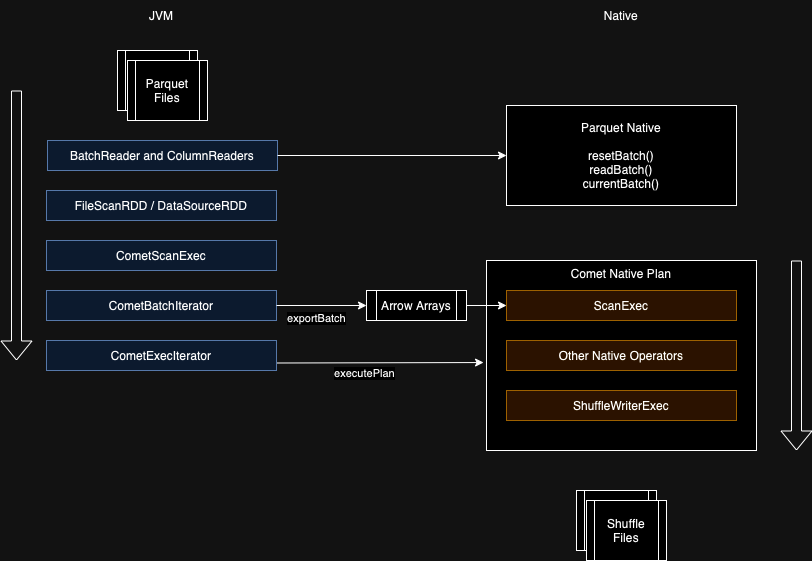
Above: docs/source/_static/images/CometNativeParquetScan.drawio.png in apache/datafusion-comet (draw.io), before the change. Source tidied: cells renumbered, new cells last; positions are measured from the earlier drawing's top-left corner, leaving out a move shared by most shapes. The source it was exported from:
```xml
<mxGraphModel>
  <root>
    <mxCell id="0" />
    <mxCell id="1" parent="0" />
    <mxCell id="2" value="Comet Native Plan" style="rounded=0;whiteSpace=wrap;html=1;verticalAlign=top;" parent="1" vertex="1">
      <mxGeometry x="470" y="260" width="270" height="190" as="geometry" />
    </mxCell>
    <mxCell id="3" value="FileScanRDD / DataSourceRDD" style="rounded=0;whiteSpace=wrap;html=1;fillColor=#dae8fc;strokeColor=#6c8ebf;" parent="1" vertex="1">
      <mxGeometry x="30" y="190" width="230" height="30" as="geometry" />
    </mxCell>
    <mxCell id="4" value="Parquet Files" style="shape=process;whiteSpace=wrap;html=1;backgroundOutline=1;" parent="1" vertex="1">
      <mxGeometry x="101" y="50" width="80" height="60" as="geometry" />
    </mxCell>
    <mxCell id="5" value="Native" style="text;html=1;align=center;verticalAlign=middle;whiteSpace=wrap;rounded=0;" parent="1" vertex="1">
      <mxGeometry x="575" width="60" height="30" as="geometry" />
    </mxCell>
    <mxCell id="6" value="JVM" style="text;html=1;align=center;verticalAlign=middle;whiteSpace=wrap;rounded=0;" parent="1" vertex="1">
      <mxGeometry x="115" width="60" height="30" as="geometry" />
    </mxCell>
    <mxCell id="7" value="CometScanExec" style="rounded=0;whiteSpace=wrap;html=1;fillColor=#dae8fc;strokeColor=#6c8ebf;" parent="1" vertex="1">
      <mxGeometry x="30" y="240" width="230" height="30" as="geometry" />
    </mxCell>
    <mxCell id="8" value="ScanExec" style="rounded=0;whiteSpace=wrap;html=1;fillColor=#ffe6cc;strokeColor=#d79b00;" parent="1" vertex="1">
      <mxGeometry x="490" y="290" width="230" height="30" as="geometry" />
    </mxCell>
    <mxCell id="9" value="BatchReader and ColumnReaders" style="rounded=0;whiteSpace=wrap;html=1;fillColor=#dae8fc;strokeColor=#6c8ebf;" parent="1" vertex="1">
      <mxGeometry x="31" y="140" width="230" height="30" as="geometry" />
    </mxCell>
    <mxCell id="10" value="Parquet Files" style="shape=process;whiteSpace=wrap;html=1;backgroundOutline=1;" parent="1" vertex="1">
      <mxGeometry x="111" y="60" width="80" height="60" as="geometry" />
    </mxCell>
    <mxCell id="11" value="Parquet Native&lt;div&gt;&lt;br&gt;&lt;/div&gt;&lt;div&gt;resetBatch()&lt;/div&gt;&lt;div&gt;readBatch()&lt;/div&gt;&lt;div&gt;currentBatch()&lt;/div&gt;" style="rounded=0;whiteSpace=wrap;html=1;" parent="1" vertex="1">
      <mxGeometry x="490" y="105" width="230" height="100" as="geometry" />
    </mxCell>
    <mxCell id="12" style="endArrow=classic;html=1;rounded=0;exitX=1;exitY=0.75;exitDx=0;exitDy=0;entryX=-0.011;entryY=0.537;entryDx=0;entryDy=0;entryPerimeter=0;" parent="1" edge="1" source="15" target="2">
      <mxGeometry relative="1" as="geometry" />
    </mxCell>
    <mxCell id="13" value="executePlan" style="edgeLabel;html=1;align=center;verticalAlign=middle;" parent="12" vertex="1">
      <mxGeometry x="-0.2" y="-3" relative="1" as="geometry">
        <mxPoint x="4" y="7" as="offset" />
      </mxGeometry>
    </mxCell>
    <mxCell id="14" value="CometBatchIterator" style="rounded=0;whiteSpace=wrap;html=1;fillColor=#dae8fc;strokeColor=#6c8ebf;" parent="1" vertex="1">
      <mxGeometry x="30" y="290" width="230" height="30" as="geometry" />
    </mxCell>
    <mxCell id="15" value="CometExecIterator" style="rounded=0;whiteSpace=wrap;html=1;fillColor=#dae8fc;strokeColor=#6c8ebf;" parent="1" vertex="1">
      <mxGeometry x="30" y="340" width="230" height="30" as="geometry" />
    </mxCell>
    <mxCell id="16" value="Other Native Operators" style="rounded=0;whiteSpace=wrap;html=1;fillColor=#ffe6cc;strokeColor=#d79b00;" parent="1" vertex="1">
      <mxGeometry x="490" y="340" width="230" height="30" as="geometry" />
    </mxCell>
    <mxCell id="17" value="Arrow Arrays" style="shape=process;whiteSpace=wrap;html=1;backgroundOutline=1;" parent="1" vertex="1">
      <mxGeometry x="350" y="290" width="100" height="30" as="geometry" />
    </mxCell>
    <mxCell id="18" style="endArrow=classic;html=1;rounded=0;exitX=1;exitY=0.5;exitDx=0;exitDy=0;entryX=0;entryY=0.5;entryDx=0;entryDy=0;" parent="1" edge="1" source="17" target="8">
      <mxGeometry relative="1" as="geometry" />
    </mxCell>
    <mxCell id="19" style="endArrow=classic;html=1;rounded=0;exitX=1;exitY=0.5;exitDx=0;exitDy=0;entryX=0;entryY=0.5;entryDx=0;entryDy=0;" parent="1" edge="1" source="14" target="17">
      <mxGeometry relative="1" as="geometry" />
    </mxCell>
    <mxCell id="20" value="ShuffleWriterExec" style="rounded=0;whiteSpace=wrap;html=1;fillColor=#ffe6cc;strokeColor=#d79b00;" parent="1" vertex="1">
      <mxGeometry x="490" y="390" width="230" height="30" as="geometry" />
    </mxCell>
    <mxCell id="21" style="endArrow=classic;html=1;rounded=0;exitX=1;exitY=0.5;exitDx=0;exitDy=0;entryX=0;entryY=0.5;entryDx=0;entryDy=0;" parent="1" edge="1" source="9" target="11">
      <mxGeometry relative="1" as="geometry" />
    </mxCell>
    <mxCell id="22" style="shape=flexArrow;endArrow=classic;html=1;rounded=0;" parent="1" edge="1">
      <mxGeometry relative="1" as="geometry">
        <mxPoint y="90" as="sourcePoint" />
        <mxPoint y="360" as="targetPoint" />
      </mxGeometry>
    </mxCell>
    <mxCell id="23" style="shape=flexArrow;endArrow=classic;html=1;rounded=0;" parent="1" edge="1">
      <mxGeometry relative="1" as="geometry">
        <mxPoint x="780" y="260" as="sourcePoint" />
        <mxPoint x="780" y="450" as="targetPoint" />
      </mxGeometry>
    </mxCell>
    <mxCell id="24" value="Parquet Files" style="shape=process;whiteSpace=wrap;html=1;backgroundOutline=1;" parent="1" vertex="1">
      <mxGeometry x="560" y="490" width="80" height="60" as="geometry" />
    </mxCell>
    <mxCell id="25" value="Shuffle Files" style="shape=process;whiteSpace=wrap;html=1;backgroundOutline=1;" parent="1" vertex="1">
      <mxGeometry x="570" y="500" width="80" height="60" as="geometry" />
    </mxCell>
    <mxCell id="26" value="exportBatch" style="edgeLabel;html=1;align=center;verticalAlign=middle;" parent="1" vertex="1">
      <mxGeometry x="310" y="370" as="geometry">
        <mxPoint x="-10" y="-53" as="offset" />
      </mxGeometry>
    </mxCell>
  </root>
</mxGraphModel>
```
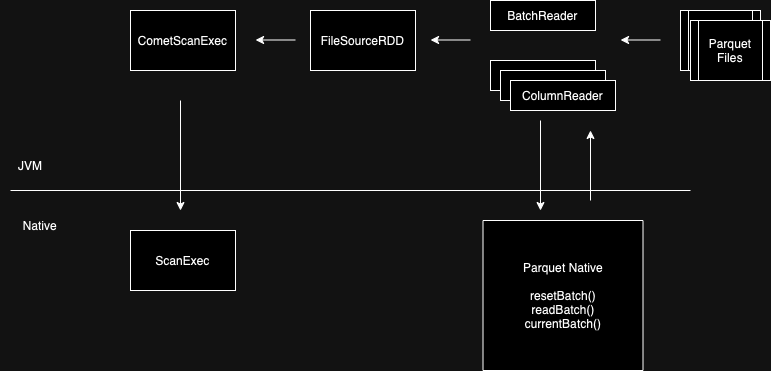
Above is the later version.

Commit message:
improve diagram

What changed in the source:
```diff
@@ -2,90 +2,92 @@
   <root>
     <mxCell id="0" />
     <mxCell id="1" parent="0" />
-    <mxCell id="2" value="Comet Native Plan" style="rounded=0;whiteSpace=wrap;html=1;verticalAlign=top;" parent="1" vertex="1">
-      <mxGeometry x="470" y="260" width="270" height="190" as="geometry" />
-    </mxCell>
-    <mxCell id="3" value="FileScanRDD / DataSourceRDD" style="rounded=0;whiteSpace=wrap;html=1;fillColor=#dae8fc;strokeColor=#6c8ebf;" parent="1" vertex="1">
-      <mxGeometry x="30" y="190" width="230" height="30" as="geometry" />
+    <mxCell id="3" value="FileSourceRDD" style="rounded=0;whiteSpace=wrap;html=1;" parent="1" vertex="1">
+      <mxGeometry x="300" y="160" width="105" height="60" as="geometry" />
     </mxCell>
+    <mxCell id="27" style="endArrow=none;html=1;rounded=0;" parent="1" edge="1">
+      <mxGeometry relative="1" as="geometry">
+        <mxPoint y="340" as="sourcePoint" />
+        <mxPoint x="680" y="340" as="targetPoint" />
+      </mxGeometry>
+    </mxCell>
     <mxCell id="4" value="Parquet Files" style="shape=process;whiteSpace=wrap;html=1;backgroundOutline=1;" parent="1" vertex="1">
-      <mxGeometry x="101" y="50" width="80" height="60" as="geometry" />
+      <mxGeometry x="670" y="160" width="80" height="60" as="geometry" />
     </mxCell>
     <mxCell id="5" value="Native" style="text;html=1;align=center;verticalAlign=middle;whiteSpace=wrap;rounded=0;" parent="1" vertex="1">
-      <mxGeometry x="575" width="60" height="30" as="geometry" />
+      <mxGeometry y="360" width="60" height="30" as="geometry" />
     </mxCell>
     <mxCell id="6" value="JVM" style="text;html=1;align=center;verticalAlign=middle;whiteSpace=wrap;rounded=0;" parent="1" vertex="1">
-      <mxGeometry x="115" width="60" height="30" as="geometry" />
+      <mxGeometry x="-10" y="300" width="60" height="30" as="geometry" />
     </mxCell>
-    <mxCell id="7" value="CometScanExec" style="rounded=0;whiteSpace=wrap;html=1;fillColor=#dae8fc;strokeColor=#6c8ebf;" parent="1" vertex="1">
-      <mxGeometry x="30" y="240" width="230" height="30" as="geometry" />
+    <mxCell id="7" value="CometScanExec" style="rounded=0;whiteSpace=wrap;html=1;" parent="1" vertex="1">
+      <mxGeometry x="120" y="160" width="105" height="60" as="geometry" />
     </mxCell>
-    <mxCell id="8" value="ScanExec" style="rounded=0;whiteSpace=wrap;html=1;fillColor=#ffe6cc;strokeColor=#d79b00;" parent="1" vertex="1">
-      <mxGeometry x="490" y="290" width="230" height="30" as="geometry" />
+    <mxCell id="8" value="ScanExec" style="rounded=0;whiteSpace=wrap;html=1;" parent="1" vertex="1">
+      <mxGeometry x="120" y="380" width="105" height="60" as="geometry" />
     </mxCell>
-    <mxCell id="9" value="BatchReader and ColumnReaders" style="rounded=0;whiteSpace=wrap;html=1;fillColor=#dae8fc;strokeColor=#6c8ebf;" parent="1" vertex="1">
-      <mxGeometry x="31" y="140" width="230" height="30" as="geometry" />
+    <mxCell id="9" value="BatchReader" style="rounded=0;whiteSpace=wrap;html=1;" parent="1" vertex="1">
+      <mxGeometry x="480" y="150" width="105" height="30" as="geometry" />
     </mxCell>
+    <mxCell id="28" value="ColumnReader" style="rounded=0;whiteSpace=wrap;html=1;" parent="1" vertex="1">
+      <mxGeometry x="480" y="210" width="105" height="30" as="geometry" />
+    </mxCell>
+    <mxCell id="29" value="ColumnReader" style="rounded=0;whiteSpace=wrap;html=1;" parent="1" vertex="1">
+      <mxGeometry x="490" y="220" width="105" height="30" as="geometry" />
+    </mxCell>
+    <mxCell id="30" value="ColumnReader" style="rounded=0;whiteSpace=wrap;html=1;" parent="1" vertex="1">
+      <mxGeometry x="500" y="230" width="105" height="30" as="geometry" />
+    </mxCell>
     <mxCell id="10" value="Parquet Files" style="shape=process;whiteSpace=wrap;html=1;backgroundOutline=1;" parent="1" vertex="1">
-      <mxGeometry x="111" y="60" width="80" height="60" as="geometry" />
+      <mxGeometry x="680" y="170" width="80" height="60" as="geometry" />
     </mxCell>
     <mxCell id="11" value="Parquet Native&lt;div&gt;&lt;br&gt;&lt;/div&gt;&lt;div&gt;resetBatch()&lt;/div&gt;&lt;div&gt;readBatch()&lt;/div&gt;&lt;div&gt;currentBatch()&lt;/div&gt;" style="rounded=0;whiteSpace=wrap;html=1;" parent="1" vertex="1">
-      <mxGeometry x="490" y="105" width="230" height="100" as="geometry" />
+      <mxGeometry x="472.5" y="370" width="160" height="150" as="geometry" />
     </mxCell>
+    <mxCell id="31" style="endArrow=classic;html=1;rounded=0;" parent="1" edge="1">
+      <mxGeometry relative="1" as="geometry">
+        <mxPoint x="650" y="189.5" as="sourcePoint" />
+        <mxPoint x="610" y="189.5" as="targetPoint" />
+        <Array as="points">
+          <mxPoint x="620" y="189.5" />
+        </Array>
+      </mxGeometry>
+    </mxCell>
+    <mxCell id="32" style="endArrow=classic;html=1;rounded=0;" parent="1" edge="1">
+      <mxGeometry relative="1" as="geometry">
+        <mxPoint x="460" y="189.5" as="sourcePoint" />
+        <mxPoint x="420" y="189.5" as="targetPoint" />
+        <Array as="points">
+          <mxPoint x="430" y="189.5" />
+        </Array>
+      </mxGeometry>
+    </mxCell>
+    <mxCell id="33" style="endArrow=classic;html=1;rounded=0;" parent="1" edge="1">
+      <mxGeometry relative="1" as="geometry">
+        <mxPoint x="285" y="189.5" as="sourcePoint" />
+        <mxPoint x="245" y="189.5" as="targetPoint" />
+        <Array as="points">
+          <mxPoint x="255" y="189.5" />
+        </Array>
+      </mxGeometry>
+    </mxCell>
-    <mxCell id="12" style="endArrow=classic;html=1;rounded=0;exitX=1;exitY=0.75;exitDx=0;exitDy=0;entryX=-0.011;entryY=0.537;entryDx=0;entryDy=0;entryPerimeter=0;" parent="1" edge="1" source="15" target="2">
-      <mxGeometry relative="1" as="geometry" />
+    <mxCell id="12" style="endArrow=classic;html=1;rounded=0;" parent="1" edge="1">
+      <mxGeometry relative="1" as="geometry">
+        <mxPoint x="170" y="250" as="sourcePoint" />
+        <mxPoint x="170" y="360" as="targetPoint" />
+      </mxGeometry>
     </mxCell>
-    <mxCell id="13" value="executePlan" style="edgeLabel;html=1;align=center;verticalAlign=middle;" parent="12" vertex="1">
-      <mxGeometry x="-0.2" y="-3" relative="1" as="geometry">
-        <mxPoint x="4" y="7" as="offset" />
-      </mxGeometry>
-    </mxCell>
-    <mxCell id="14" value="CometBatchIterator" style="rounded=0;whiteSpace=wrap;html=1;fillColor=#dae8fc;strokeColor=#6c8ebf;" parent="1" vertex="1">
-      <mxGeometry x="30" y="290" width="230" height="30" as="geometry" />
-    </mxCell>
-    <mxCell id="15" value="CometExecIterator" style="rounded=0;whiteSpace=wrap;html=1;fillColor=#dae8fc;strokeColor=#6c8ebf;" parent="1" vertex="1">
-      <mxGeometry x="30" y="340" width="230" height="30" as="geometry" />
-    </mxCell>
-    <mxCell id="16" value="Other Native Operators" style="rounded=0;whiteSpace=wrap;html=1;fillColor=#ffe6cc;strokeColor=#d79b00;" parent="1" vertex="1">
-      <mxGeometry x="490" y="340" width="230" height="30" as="geometry" />
-    </mxCell>
-    <mxCell id="17" value="Arrow Arrays" style="shape=process;whiteSpace=wrap;html=1;backgroundOutline=1;" parent="1" vertex="1">
-      <mxGeometry x="350" y="290" width="100" height="30" as="geometry" />
-    </mxCell>
-    <mxCell id="18" style="endArrow=classic;html=1;rounded=0;exitX=1;exitY=0.5;exitDx=0;exitDy=0;entryX=0;entryY=0.5;entryDx=0;entryDy=0;" parent="1" edge="1" source="17" target="8">
-      <mxGeometry relative="1" as="geometry" />
-    </mxCell>
-    <mxCell id="19" style="endArrow=classic;html=1;rounded=0;exitX=1;exitY=0.5;exitDx=0;exitDy=0;entryX=0;entryY=0.5;entryDx=0;entryDy=0;" parent="1" edge="1" source="14" target="17">
-      <mxGeometry relative="1" as="geometry" />
-    </mxCell>
-    <mxCell id="20" value="ShuffleWriterExec" style="rounded=0;whiteSpace=wrap;html=1;fillColor=#ffe6cc;strokeColor=#d79b00;" parent="1" vertex="1">
-      <mxGeometry x="490" y="390" width="230" height="30" as="geometry" />
-    </mxCell>
-    <mxCell id="21" style="endArrow=classic;html=1;rounded=0;exitX=1;exitY=0.5;exitDx=0;exitDy=0;entryX=0;entryY=0.5;entryDx=0;entryDy=0;" parent="1" edge="1" source="9" target="11">
-      <mxGeometry relative="1" as="geometry" />
-    </mxCell>
-    <mxCell id="22" style="shape=flexArrow;endArrow=classic;html=1;rounded=0;" parent="1" edge="1">
-      <mxGeometry relative="1" as="geometry">
-        <mxPoint y="90" as="sourcePoint" />
-        <mxPoint y="360" as="targetPoint" />
-      </mxGeometry>
-    </mxCell>
-    <mxCell id="23" style="shape=flexArrow;endArrow=classic;html=1;rounded=0;" parent="1" edge="1">
-      <mxGeometry relative="1" as="geometry">
-        <mxPoint x="780" y="260" as="sourcePoint" />
-        <mxPoint x="780" y="450" as="targetPoint" />
-      </mxGeometry>
-    </mxCell>
-    <mxCell id="24" value="Parquet Files" style="shape=process;whiteSpace=wrap;html=1;backgroundOutline=1;" parent="1" vertex="1">
-      <mxGeometry x="560" y="490" width="80" height="60" as="geometry" />
-    </mxCell>
-    <mxCell id="25" value="Shuffle Files" style="shape=process;whiteSpace=wrap;html=1;backgroundOutline=1;" parent="1" vertex="1">
-      <mxGeometry x="570" y="500" width="80" height="60" as="geometry" />
-    </mxCell>
-    <mxCell id="26" value="exportBatch" style="edgeLabel;html=1;align=center;verticalAlign=middle;" parent="1" vertex="1">
-      <mxGeometry x="310" y="370" as="geometry">
-        <mxPoint x="-10" y="-53" as="offset" />
-      </mxGeometry>
-    </mxCell>
+    <mxCell id="34" style="endArrow=classic;html=1;rounded=0;" parent="1" edge="1">
+      <mxGeometry relative="1" as="geometry">
+        <mxPoint x="530" y="270" as="sourcePoint" />
+        <mxPoint x="530" y="360" as="targetPoint" />
+      </mxGeometry>
+    </mxCell>
+    <mxCell id="35" style="endArrow=classic;html=1;rounded=0;" parent="1" edge="1">
+      <mxGeometry relative="1" as="geometry">
+        <mxPoint x="580" y="350" as="sourcePoint" />
+        <mxPoint x="580" y="280" as="targetPoint" />
+      </mxGeometry>
+    </mxCell>
   </root>
 </mxGraphModel>
```
